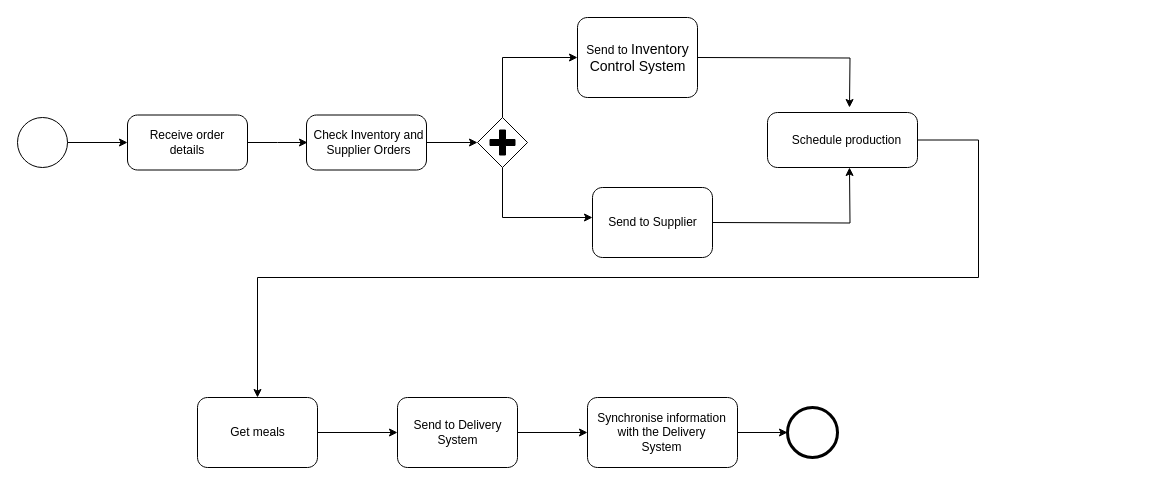
The draw.io diagram Production System.drawio in zft666zft/ESA-Assignment, before the edit. Source tidied: cells renumbered, new cells numbered last; positions are measured from the earlier drawing's top-left corner, leaving out a move shared by most shapes. Both pictures are drawn from the tidied source at 100%, with x=0, y=0 at pixel (17, 17).
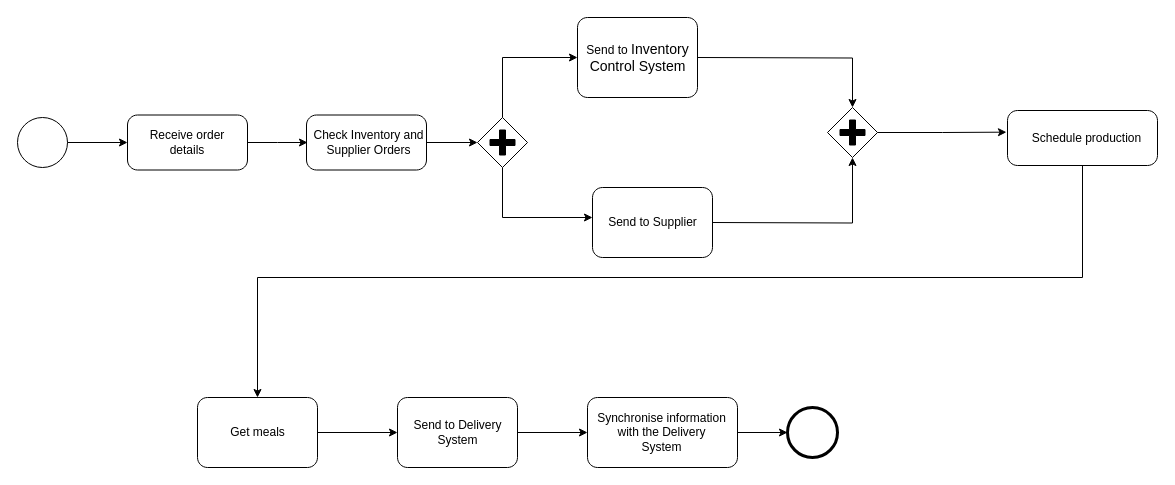
The same page after the edit.

Unchanged cells that the change refers to:
```xml
<mxCell id="13" style="points=[[0.25,0,0],[0.5,0,0],[0.75,0,0],[1,0.25,0],[1,0.5,0],[1,0.75,0],[0.75,1,0],[0.5,1,0],[0.25,1,0],[0,0.75,0],[0,0.5,0],[0,0.25,0]];shape=mxgraph.bpmn.task;whiteSpace=wrap;rectStyle=rounded;size=10;html=1;taskMarker=abstract;" parent="1" vertex="1">
  <mxGeometry x="560" width="120" height="80" as="geometry" />
</mxCell>
<mxCell id="24" style="points=[[0.25,0,0],[0.5,0,0],[0.75,0,0],[1,0.25,0],[1,0.5,0],[1,0.75,0],[0.75,1,0],[0.5,1,0],[0.25,1,0],[0,0.75,0],[0,0.5,0],[0,0.25,0]];shape=mxgraph.bpmn.task;whiteSpace=wrap;rectStyle=rounded;size=10;html=1;taskMarker=abstract;" parent="1" vertex="1">
  <mxGeometry x="180" y="380" width="120" height="70" as="geometry" />
</mxCell>
```

The edit, as a diff of the source:
```diff
@@
-    <mxCell id="14" style="edgeStyle=orthogonalEdgeStyle;rounded=0;orthogonalLoop=1;jettySize=auto;html=1;" parent="13" edge="1">
+    <mxCell id="14" style="edgeStyle=orthogonalEdgeStyle;rounded=0;jettySize=auto;html=1;entryX=0.5;entryY=0;entryDx=0;entryDy=0;entryPerimeter=0;" parent="13" edge="1" target="32">
       <mxGeometry relative="1" as="geometry">
         <mxPoint x="119.5" y="40" as="sourcePoint" />
-        <mxPoint x="272" y="90" as="targetPoint" />
       </mxGeometry>
     </mxCell>
@@
-    <mxCell id="19" style="edgeStyle=orthogonalEdgeStyle;rounded=0;jettySize=auto;html=1;entryX=0.5;entryY=0;entryDx=0;entryDy=0;entryPerimeter=0;" parent="1" edge="1" source="20" target="24">
+    <mxCell id="19" style="edgeStyle=orthogonalEdgeStyle;rounded=0;jettySize=auto;html=1;entryX=0.5;entryY=0;entryDx=0;entryDy=0;entryPerimeter=0;exitX=0.5;exitY=1;exitDx=0;exitDy=0;exitPerimeter=0;" parent="1" edge="1" source="20" target="24">
       <mxGeometry relative="1" as="geometry">
         <Array as="points">
-          <mxPoint x="961" y="123" />
-          <mxPoint x="961" y="260" />
+          <mxPoint x="1065" y="260" />
           <mxPoint x="240" y="260" />
         </Array>
       </mxGeometry>
     </mxCell>
     <mxCell id="20" style="points=[[0.25,0,0],[0.5,0,0],[0.75,0,0],[1,0.25,0],[1,0.5,0],[1,0.75,0],[0.75,1,0],[0.5,1,0],[0.25,1,0],[0,0.75,0],[0,0.5,0],[0,0.25,0]];shape=mxgraph.bpmn.task;whiteSpace=wrap;rectStyle=rounded;size=10;html=1;taskMarker=abstract;" parent="1" vertex="1">
-      <mxGeometry x="750" y="95" width="150" height="55" as="geometry" />
+      <mxGeometry x="990" y="93" width="150" height="55" as="geometry" />
     </mxCell>
@@
-    <mxCell id="22" style="edgeStyle=orthogonalEdgeStyle;rounded=0;orthogonalLoop=1;jettySize=auto;html=1;entryX=0.5;entryY=1;entryDx=0;entryDy=0;entryPerimeter=0;" parent="1" edge="1">
+    <mxCell id="22" style="edgeStyle=orthogonalEdgeStyle;rounded=0;jettySize=auto;html=1;entryX=0.5;entryY=1;entryDx=0;entryDy=0;entryPerimeter=0;" parent="1" edge="1" target="32">
       <mxGeometry relative="1" as="geometry">
         <mxPoint x="694.5" y="205" as="sourcePoint" />
-        <mxPoint x="832" y="150" as="targetPoint" />
       </mxGeometry>
     </mxCell>
@@
+    <mxCell id="32" style="points=[[0.25,0.25,0],[0.5,0,0],[0.75,0.25,0],[1,0.5,0],[0.75,0.75,0],[0.5,1,0],[0.25,0.75,0],[0,0.5,0]];shape=mxgraph.bpmn.gateway2;html=1;verticalLabelPosition=bottom;labelBackgroundColor=#ffffff;verticalAlign=top;align=center;perimeter=rhombusPerimeter;outlineConnect=0;outline=none;symbol=none;gwType=parallel;" parent="1" vertex="1">
+      <mxGeometry x="810" y="90" width="50" height="50" as="geometry" />
+    </mxCell>
+    <mxCell id="33" style="edgeStyle=orthogonalEdgeStyle;rounded=0;jettySize=auto;html=1;entryX=-0.007;entryY=0.394;entryDx=0;entryDy=0;entryPerimeter=0;" parent="1" edge="1" source="32" target="20">
+      <mxGeometry relative="1" as="geometry" />
+    </mxCell>
```
